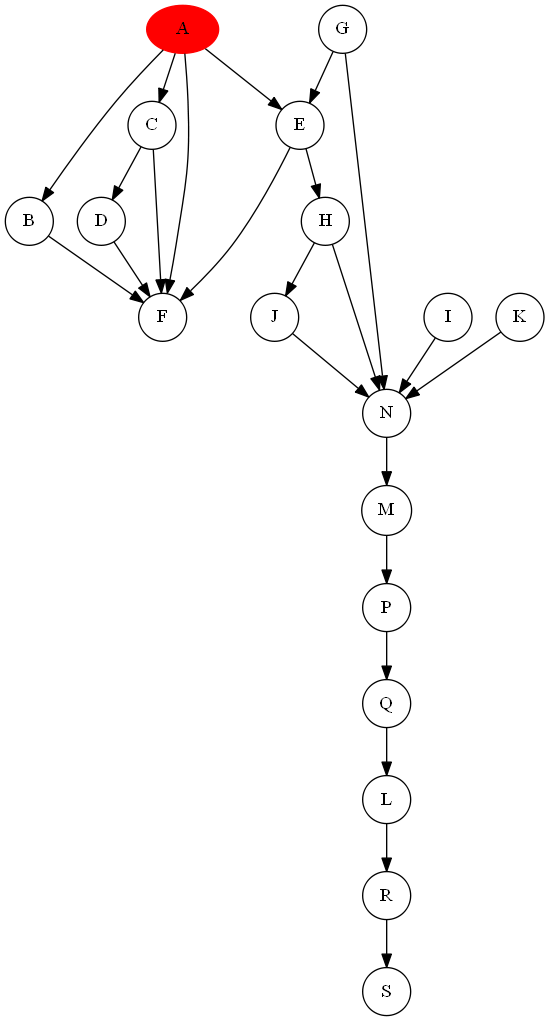
Earlier version of the Graphviz export KiraKira/src/Digraph.gv.png (C3-Hack/Tirano-Cup). Its source is kept beside it as KiraKira/src/Digraph.gv.
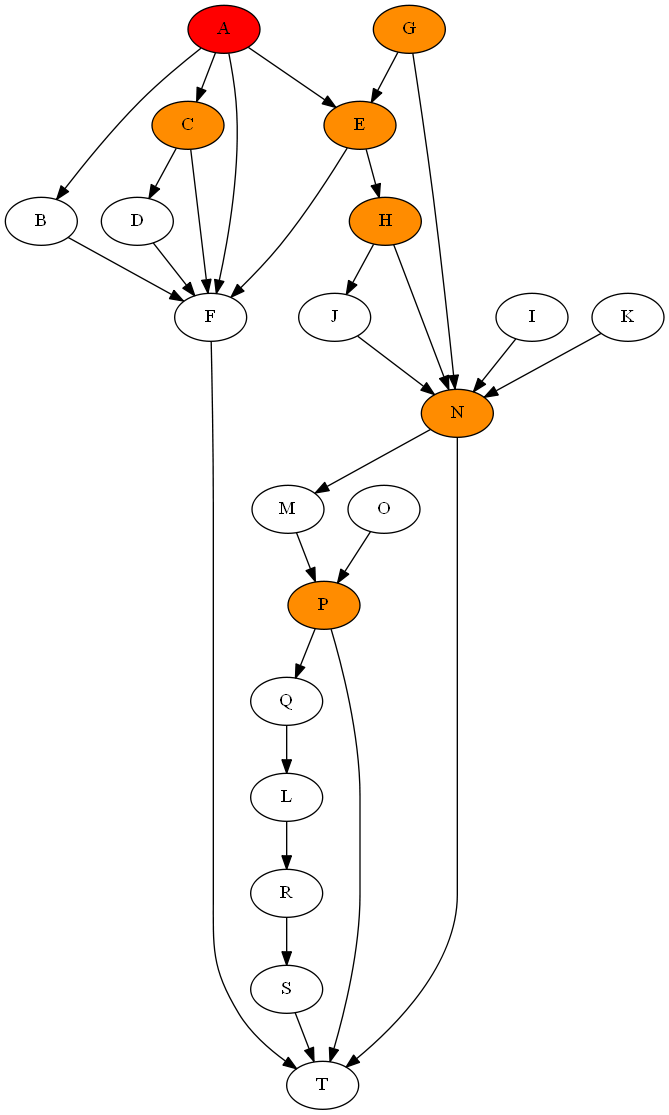
Later version of the same file.

What changed in the source:
```diff
@@ -1,60 +1,106 @@
 digraph {
 	node [color=red]
-	A [fillcolor=red fontcolor=black style=filled]
-	node [color=black shape=circle]
+	A [color=black fillcolor=red fontcolor=black style=filled]
+	node [color=black]
 	B
 	A -> B
 	node [color=red]
-	A [fillcolor=red fontcolor=black style=filled]
-	node [color=black shape=circle]
+	A [color=black fillcolor=red fontcolor=black style=filled]
+	node [color=black]
 	C
 	A -> C
-	node [color=black shape=circle]
+	node [color=darkorange]
+	C [color=black fillcolor=darkorange fontcolor=black style=filled]
+	node [color=black]
+	D
 	C -> D
 	node [color=red]
-	A [fillcolor=red fontcolor=black style=filled]
-	node [color=black shape=circle]
+	A [color=black fillcolor=red fontcolor=black style=filled]
+	node [color=black]
 	E
 	A -> E
-	node [color=black shape=circle]
+	node [color=darkorange]
+	G [color=black fillcolor=darkorange fontcolor=black style=filled]
+	node [color=black]
+	E
 	G -> E
 	node [color=red]
-	A [fillcolor=red fontcolor=black style=filled]
-	node [color=black shape=circle]
+	A [color=black fillcolor=red fontcolor=black style=filled]
+	node [color=black]
 	F
 	A -> F
-	node [color=black shape=circle]
+	node [color=black]
 	B -> F
-	node [color=black shape=circle]
+	node [color=darkorange]
+	C [color=black fillcolor=darkorange fontcolor=black style=filled]
+	node [color=black]
+	F
 	C -> F
-	node [color=black shape=circle]
+	node [color=black]
 	D -> F
-	node [color=black shape=circle]
+	node [color=darkorange]
+	E [color=black fillcolor=darkorange fontcolor=black style=filled]
+	node [color=black]
+	F
 	E -> F
-	node [color=black shape=circle]
+	node [color=darkorange]
+	E [color=black fillcolor=darkorange fontcolor=black style=filled]
+	node [color=black]
+	H
 	E -> H
-	node [color=black shape=circle]
+	node [color=darkorange]
+	H [color=black fillcolor=darkorange fontcolor=black style=filled]
+	node [color=black]
+	J
 	H -> J
-	node [color=black shape=circle]
+	node [color=black]
 	Q -> L
-	node [color=black shape=circle]
+	node [color=darkorange]
+	N [color=black fillcolor=darkorange fontcolor=black style=filled]
+	node [color=black]
+	M
 	N -> M
-	node [color=black shape=circle]
+	node [color=darkorange]
+	G [color=black fillcolor=darkorange fontcolor=black style=filled]
+	node [color=black]
+	N
 	G -> N
-	node [color=black shape=circle]
+	node [color=darkorange]
+	H [color=black fillcolor=darkorange fontcolor=black style=filled]
+	node [color=black]
+	N
 	H -> N
-	node [color=black shape=circle]
+	node [color=black]
 	I -> N
-	node [color=black shape=circle]
+	node [color=black]
 	J -> N
-	node [color=black shape=circle]
+	node [color=black]
 	K -> N
-	node [color=black shape=circle]
+	node [color=black]
 	M -> P
-	node [color=black shape=circle]
+	node [color=darkorange]
+	P [color=black fillcolor=darkorange fontcolor=black style=filled]
+	node [color=black]
+	Q
 	P -> Q
-	node [color=black shape=circle]
+	node [color=black]
 	L -> R
-	node [color=black shape=circle]
+	node [color=black]
 	R -> S
+	node [color=black]
+	O -> P
+	node [color=black]
+	F -> T
+	node [color=darkorange]
+	N [color=black fillcolor=darkorange fontcolor=black style=filled]
+	node [color=black]
+	T
+	N -> T
+	node [color=darkorange]
+	P [color=black fillcolor=darkorange fontcolor=black style=filled]
+	node [color=black]
+	T
+	P -> T
+	node [color=black]
+	S -> T
 }
```
